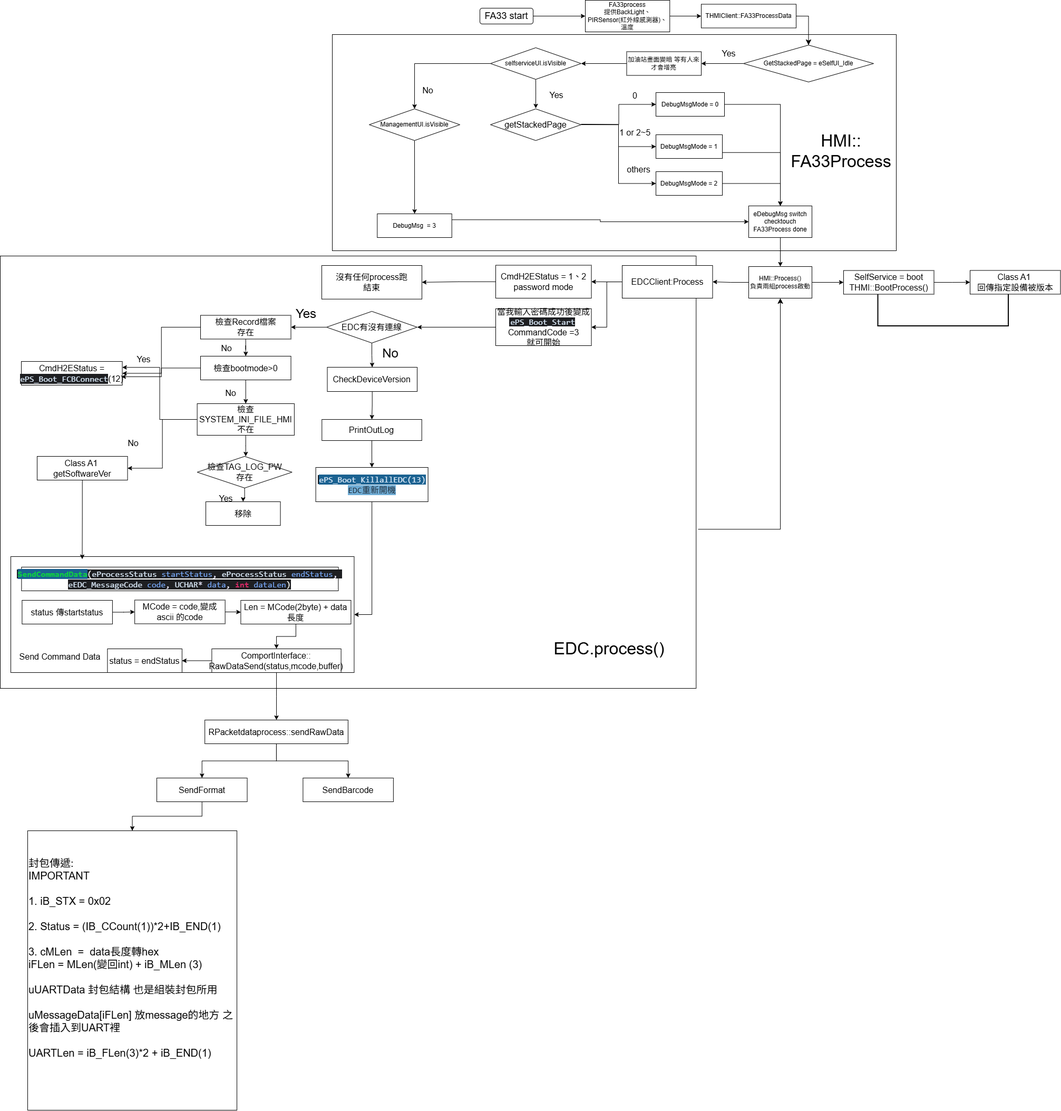
Before: HMI流程圖.png, a diagram exported from draw.io (AXQuestion/-). Source tidied: cells renumbered, new cells last; positions are measured from the earlier drawing's top-left corner, leaving out a move shared by most shapes.
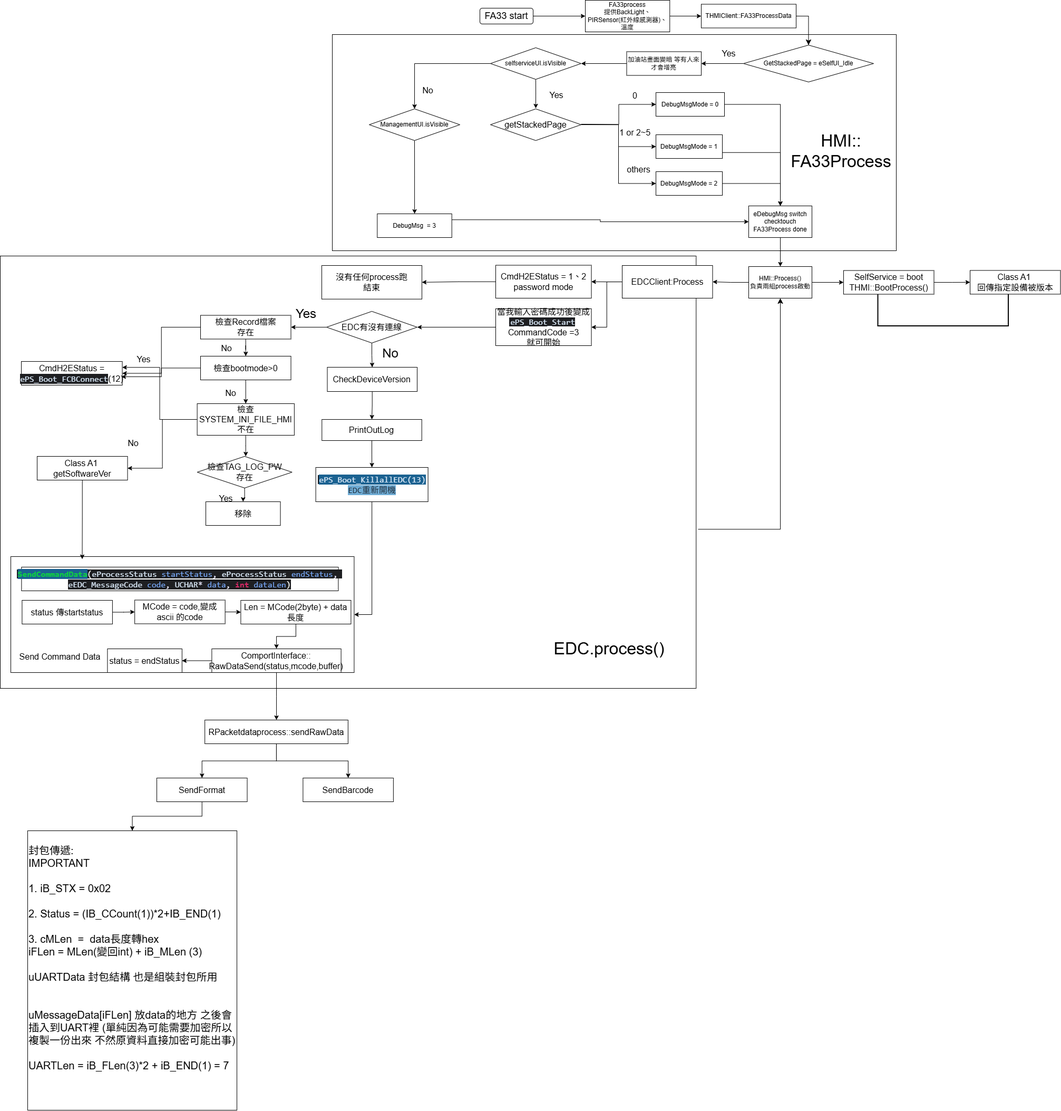
Above is the later version.

Commit message:
更新HMI流程圖.png

The edit, as a diff of the source:
```diff
@@ -326,7 +326,7 @@
     <mxCell id="107" value="SendBarcode" style="rounded=0;whiteSpace=wrap;html=1;fontSize=16;" parent="1" vertex="1">
       <mxGeometry x="574.4" y="1475" width="171.5" height="45" as="geometry" />
     </mxCell>
-    <mxCell id="108" value="&lt;font style=&quot;font-size: 20px;&quot;&gt;封包傳遞:&lt;/font&gt;&lt;div&gt;&lt;font style=&quot;font-size: 20px;&quot;&gt;IMPORTANT&lt;/font&gt;&lt;/div&gt;&lt;div&gt;&lt;font style=&quot;font-size: 20px;&quot;&gt;&lt;br&gt;&lt;/font&gt;&lt;/div&gt;&lt;div&gt;&lt;font style=&quot;font-size: 20px;&quot;&gt;1. iB_STX = 0x02&lt;/font&gt;&lt;/div&gt;&lt;div&gt;&lt;font style=&quot;font-size: 20px;&quot;&gt;&lt;br&gt;&lt;/font&gt;&lt;/div&gt;&lt;div&gt;&lt;font style=&quot;font-size: 20px;&quot;&gt;2. Status = (IB_CCount(1))*2+IB_END(1)&lt;/font&gt;&lt;/div&gt;&lt;div&gt;&lt;font style=&quot;font-size: 20px;&quot;&gt;&lt;br&gt;&lt;/font&gt;&lt;/div&gt;&lt;div&gt;&lt;font style=&quot;font-size: 20px;&quot;&gt;3. cMLen&amp;nbsp; =&amp;nbsp; data長度轉hex&lt;/font&gt;&lt;/div&gt;&lt;div&gt;&lt;font style=&quot;font-size: 20px;&quot;&gt;iFLen = MLen(變回int) + iB_MLen (3)&lt;/font&gt;&lt;/div&gt;&lt;div&gt;&lt;font style=&quot;font-size: 20px;&quot;&gt;&lt;br&gt;&lt;/font&gt;&lt;/div&gt;&lt;div&gt;&lt;font style=&quot;font-size: 20px;&quot;&gt;uUARTData 封包結構 也是組裝封包所用&lt;/font&gt;&lt;/div&gt;&lt;div&gt;&lt;font style=&quot;font-size: 20px;&quot;&gt;&lt;br&gt;&lt;/font&gt;&lt;/div&gt;&lt;div&gt;&lt;span style=&quot;font-size: 20px;&quot;&gt;uMessageData[iFLen] 放message的地方 之後會插入到UART裡&amp;nbsp;&lt;/span&gt;&lt;/div&gt;&lt;div&gt;&lt;span style=&quot;font-size: 20px;&quot;&gt;&lt;br&gt;&lt;/span&gt;&lt;/div&gt;&lt;div&gt;&lt;span style=&quot;font-size: 20px;&quot;&gt;UARTLen = iB_FLen(3)*2 + iB_END(1)&lt;/span&gt;&lt;/div&gt;&lt;div&gt;&lt;font style=&quot;font-size: 20px;&quot;&gt;&lt;br&gt;&lt;/font&gt;&lt;/div&gt;&lt;div&gt;&lt;font style=&quot;font-size: 20px;&quot;&gt;&lt;br&gt;&lt;/font&gt;&lt;/div&gt;" style="rounded=0;whiteSpace=wrap;html=1;fontSize=16;align=left;" parent="1" vertex="1">
+    <mxCell id="108" value="&lt;font style=&quot;font-size: 20px;&quot;&gt;封包傳遞:&lt;/font&gt;&lt;div&gt;&lt;font style=&quot;font-size: 20px;&quot;&gt;IMPORTANT&lt;/font&gt;&lt;/div&gt;&lt;div&gt;&lt;font style=&quot;font-size: 20px;&quot;&gt;&lt;br&gt;&lt;/font&gt;&lt;/div&gt;&lt;div&gt;&lt;font style=&quot;font-size: 20px;&quot;&gt;1. iB_STX = 0x02&lt;/font&gt;&lt;/div&gt;&lt;div&gt;&lt;font style=&quot;font-size: 20px;&quot;&gt;&lt;br&gt;&lt;/font&gt;&lt;/div&gt;&lt;div&gt;&lt;font style=&quot;font-size: 20px;&quot;&gt;2. Status = (IB_CCount(1))*2+IB_END(1)&lt;/font&gt;&lt;/div&gt;&lt;div&gt;&lt;font style=&quot;font-size: 20px;&quot;&gt;&lt;br&gt;&lt;/font&gt;&lt;/div&gt;&lt;div&gt;&lt;font style=&quot;font-size: 20px;&quot;&gt;3. cMLen&amp;nbsp; =&amp;nbsp; data長度轉hex&lt;/font&gt;&lt;/div&gt;&lt;div&gt;&lt;font style=&quot;font-size: 20px;&quot;&gt;iFLen = MLen(變回int) + iB_MLen (3)&lt;/font&gt;&lt;/div&gt;&lt;div&gt;&lt;font style=&quot;font-size: 20px;&quot;&gt;&lt;br&gt;&lt;/font&gt;&lt;/div&gt;&lt;div&gt;&lt;font style=&quot;font-size: 20px;&quot;&gt;uUARTData 封包結構 也是組裝封包所用&lt;/font&gt;&lt;/div&gt;&lt;div&gt;&lt;font style=&quot;font-size: 20px;&quot;&gt;&lt;br&gt;&lt;/font&gt;&lt;/div&gt;&lt;div&gt;&lt;font style=&quot;font-size: 20px;&quot;&gt;&lt;br&gt;&lt;/font&gt;&lt;/div&gt;&lt;div&gt;&lt;span style=&quot;font-size: 20px;&quot;&gt;uMessageData[iFLen] 放data的地方 之後會插入到UART裡 (單純因為可能需要加密所以複製一份出來 不然原資料直接加密可能出事)&lt;/span&gt;&lt;/div&gt;&lt;div&gt;&lt;span style=&quot;font-size: 20px;&quot;&gt;&lt;br&gt;&lt;/span&gt;&lt;/div&gt;&lt;div&gt;&lt;span style=&quot;font-size: 20px;&quot;&gt;UARTLen = iB_FLen(3)*2 + iB_END(1) = 7&lt;/span&gt;&lt;/div&gt;&lt;div&gt;&lt;font style=&quot;font-size: 20px;&quot;&gt;&lt;br&gt;&lt;/font&gt;&lt;/div&gt;&lt;div&gt;&lt;font style=&quot;font-size: 20px;&quot;&gt;&lt;br&gt;&lt;/font&gt;&lt;/div&gt;" style="rounded=0;whiteSpace=wrap;html=1;fontSize=16;align=left;" parent="1" vertex="1">
       <mxGeometry x="52" y="1575" width="397" height="530" as="geometry" />
     </mxCell>
   </root>
```
